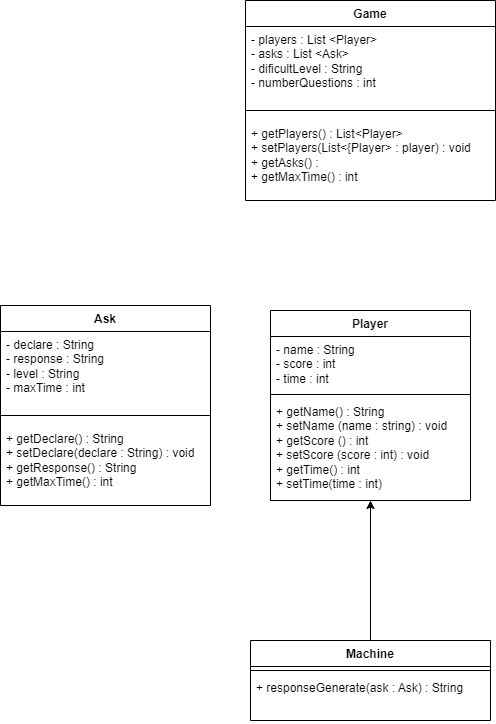
essanjic/Num-Battlers keeps this draw.io diagram as docs/UML.png. Above is the earlier version. Source tidied: cells renumbered, new cells last; positions are measured from the earlier drawing's top-left corner, leaving out a move shared by most shapes.
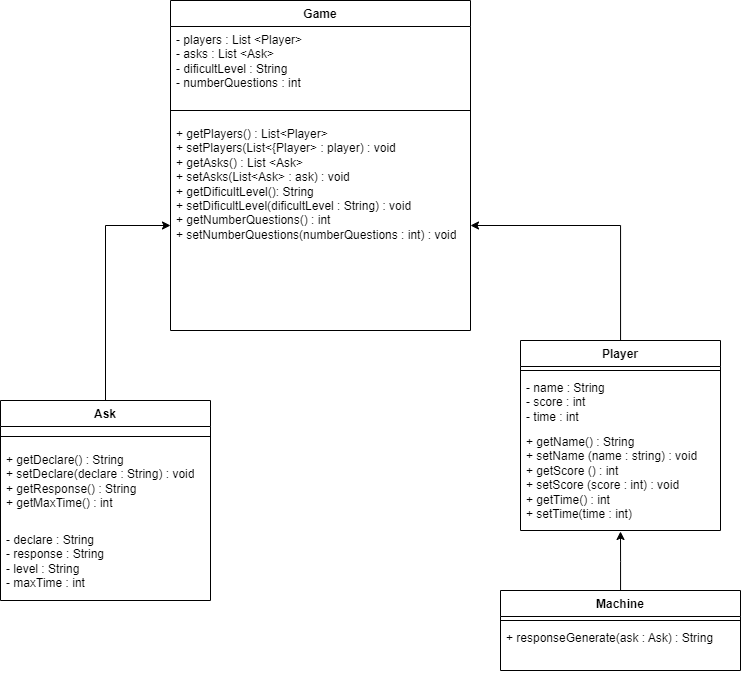
Later version of the same file.

Commit message:
feat: adding attributes and methods in class game in UML diagram

What changed in the source:
```diff
@@ -2,37 +2,43 @@
   <root>
     <mxCell id="0" />
     <mxCell id="1" parent="0" />
+    <mxCell id="18" style="edgeStyle=orthogonalEdgeStyle;rounded=0;jettySize=auto;html=1;entryX=1;entryY=0.5;entryDx=0;entryDy=0;" parent="1" edge="1" source="2" target="17">
+      <mxGeometry relative="1" as="geometry" />
+    </mxCell>
     <mxCell id="2" value="Player" style="swimlane;fontStyle=1;align=center;verticalAlign=top;horizontal=1;startSize=26;whiteSpace=wrap;html=1;" parent="1" vertex="1">
-      <mxGeometry x="270" y="310" width="200" height="190" as="geometry" />
+      <mxGeometry x="520" y="60" width="200" height="190" as="geometry" />
     </mxCell>
+    <mxCell id="4" style="line;strokeWidth=1;fillColor=none;align=left;verticalAlign=middle;spacingTop=-1;spacingLeft=3;spacingRight=3;labelPosition=right;strokeColor=inherit;" parent="2" vertex="1">
+      <mxGeometry y="26" width="200" height="8" as="geometry" />
+    </mxCell>
     <mxCell id="3" value="- name : String&lt;br&gt;- score : int&lt;br&gt;- time : int" style="text;strokeColor=none;fillColor=none;align=left;verticalAlign=top;spacingLeft=4;spacingRight=4;overflow=hidden;whiteSpace=wrap;html=1;" parent="2" vertex="1">
-      <mxGeometry y="26" width="200" height="54" as="geometry" />
+      <mxGeometry y="34" width="200" height="54" as="geometry" />
     </mxCell>
-    <mxCell id="4" style="line;strokeWidth=1;fillColor=none;align=left;verticalAlign=middle;spacingTop=-1;spacingLeft=3;spacingRight=3;labelPosition=right;strokeColor=inherit;" parent="2" vertex="1">
-      <mxGeometry y="80" width="200" height="8" as="geometry" />
-    </mxCell>
     <mxCell id="5" value="+ getName() : String&lt;br&gt;+ setName (name : string) : void&lt;br&gt;+ getScore () : int&lt;br&gt;+ setScore (score : int) : void&lt;br&gt;+ getTime() : int&lt;br&gt;+ setTime(time : int)" style="text;strokeColor=none;fillColor=none;align=left;verticalAlign=top;spacingLeft=4;spacingRight=4;overflow=hidden;whiteSpace=wrap;html=1;" parent="2" vertex="1">
       <mxGeometry y="88" width="200" height="102" as="geometry" />
     </mxCell>
+    <mxCell id="19" style="edgeStyle=orthogonalEdgeStyle;rounded=0;jettySize=auto;html=1;exitX=0.5;exitY=0;exitDx=0;exitDy=0;" parent="1" edge="1" source="6" target="17">
+      <mxGeometry relative="1" as="geometry" />
+    </mxCell>
     <mxCell id="6" value="Ask" style="swimlane;fontStyle=1;align=center;verticalAlign=top;horizontal=1;startSize=26;whiteSpace=wrap;html=1;" parent="1" vertex="1">
-      <mxGeometry y="305" width="210" height="200" as="geometry" />
+      <mxGeometry y="120" width="210" height="200" as="geometry" />
     </mxCell>
-    <mxCell id="7" value="- declare : String&lt;br&gt;- response : String&lt;br&gt;- level : String&lt;br&gt;- maxTime : int" style="text;strokeColor=none;fillColor=none;align=left;verticalAlign=top;spacingLeft=4;spacingRight=4;overflow=hidden;whiteSpace=wrap;html=1;" parent="6" vertex="1">
-      <mxGeometry y="26" width="210" height="74" as="geometry" />
-    </mxCell>
     <mxCell id="8" style="line;strokeWidth=1;fillColor=none;align=left;verticalAlign=middle;spacingTop=-1;spacingLeft=3;spacingRight=3;labelPosition=right;strokeColor=inherit;" parent="6" vertex="1">
-      <mxGeometry y="100" width="210" height="20" as="geometry" />
+      <mxGeometry y="26" width="210" height="20" as="geometry" />
     </mxCell>
     <mxCell id="9" value="+ getDeclare() : String&lt;br&gt;+ setDeclare(declare : String) : void&lt;br&gt;+ getResponse() : String&lt;br&gt;+ getMaxTime() : int" style="text;strokeColor=none;fillColor=none;align=left;verticalAlign=top;spacingLeft=4;spacingRight=4;overflow=hidden;whiteSpace=wrap;html=1;" parent="6" vertex="1">
-      <mxGeometry y="120" width="210" height="80" as="geometry" />
+      <mxGeometry y="46" width="210" height="80" as="geometry" />
     </mxCell>
+    <mxCell id="7" value="- declare : String&lt;br&gt;- response : String&lt;br&gt;- level : String&lt;br&gt;- maxTime : int" style="text;strokeColor=none;fillColor=none;align=left;verticalAlign=top;spacingLeft=4;spacingRight=4;overflow=hidden;whiteSpace=wrap;html=1;" parent="6" vertex="1">
+      <mxGeometry y="126" width="210" height="74" as="geometry" />
+    </mxCell>
     <mxCell id="10" style="edgeStyle=orthogonalEdgeStyle;rounded=0;jettySize=auto;html=1;" parent="1" edge="1" source="11">
       <mxGeometry relative="1" as="geometry">
-        <mxPoint x="370" y="500" as="targetPoint" />
+        <mxPoint x="620" y="251" as="targetPoint" />
       </mxGeometry>
     </mxCell>
     <mxCell id="11" value="Machine" style="swimlane;fontStyle=1;align=center;verticalAlign=top;horizontal=1;startSize=26;whiteSpace=wrap;html=1;" parent="1" vertex="1">
-      <mxGeometry x="250" y="640" width="240" height="80" as="geometry" />
+      <mxGeometry x="500" y="310" width="240" height="80" as="geometry" />
     </mxCell>
     <mxCell id="12" style="line;strokeWidth=1;fillColor=none;align=left;verticalAlign=middle;spacingTop=-1;spacingLeft=3;spacingRight=3;labelPosition=right;strokeColor=inherit;" parent="11" vertex="1">
       <mxGeometry y="26" width="240" height="8" as="geometry" />
@@ -41,16 +47,16 @@
       <mxGeometry y="34" width="240" height="46" as="geometry" />
     </mxCell>
     <mxCell id="14" value="Game" style="swimlane;fontStyle=1;align=center;verticalAlign=top;horizontal=1;startSize=26;whiteSpace=wrap;html=1;" parent="1" vertex="1">
-      <mxGeometry x="245" width="250" height="200" as="geometry" />
+      <mxGeometry x="170" y="-280" width="300" height="330" as="geometry" />
     </mxCell>
     <mxCell id="15" value="- players : List &amp;lt;Player&amp;gt;&lt;br&gt;- asks : List &amp;lt;Ask&amp;gt;&lt;br&gt;- dificultLevel : String&lt;br&gt;- numberQuestions : int" style="text;strokeColor=none;fillColor=none;align=left;verticalAlign=top;spacingLeft=4;spacingRight=4;overflow=hidden;whiteSpace=wrap;html=1;" parent="14" vertex="1">
-      <mxGeometry y="26" width="250" height="74" as="geometry" />
+      <mxGeometry y="26" width="300" height="74" as="geometry" />
     </mxCell>
     <mxCell id="16" style="line;strokeWidth=1;fillColor=none;align=left;verticalAlign=middle;spacingTop=-1;spacingLeft=3;spacingRight=3;labelPosition=right;strokeColor=inherit;" parent="14" vertex="1">
-      <mxGeometry y="100" width="250" height="20" as="geometry" />
+      <mxGeometry y="100" width="300" height="20" as="geometry" />
     </mxCell>
-    <mxCell id="17" value="+ getPlayers() : List&amp;lt;Player&amp;gt;&lt;br&gt;+ setPlayers(List&amp;lt;{Player&amp;gt; : player) : void&lt;br&gt;+ getAsks() :&amp;nbsp;&lt;br&gt;+ getMaxTime() : int" style="text;strokeColor=none;fillColor=none;align=left;verticalAlign=top;spacingLeft=4;spacingRight=4;overflow=hidden;points=[[0,0.5],[1,0.5]];portConstraint=eastwest;whiteSpace=wrap;html=1;" parent="14" vertex="1">
-      <mxGeometry y="120" width="250" height="80" as="geometry" />
+    <mxCell id="17" value="+ getPlayers() : List&amp;lt;Player&amp;gt;&lt;br&gt;+ setPlayers(List&amp;lt;{Player&amp;gt; : player) : void&lt;br&gt;+ getAsks() : List &amp;lt;Ask&amp;gt;&lt;br&gt;+ setAsks(List&amp;lt;Ask&amp;gt; : ask) : void&lt;br&gt;+ getDificultLevel(): String&lt;br&gt;+ setDificultLevel(dificultLevel : String) : void&lt;br&gt;+ getNumberQuestions() : int&lt;br&gt;+ setNumberQuestions(numberQuestions : int) : void" style="text;strokeColor=none;fillColor=none;align=left;verticalAlign=top;spacingLeft=4;spacingRight=4;overflow=hidden;points=[[0,0.5],[1,0.5]];portConstraint=eastwest;html=1;whiteSpace=wrap;" parent="14" vertex="1">
+      <mxGeometry y="120" width="300" height="210" as="geometry" />
     </mxCell>
   </root>
 </mxGraphModel>
```
